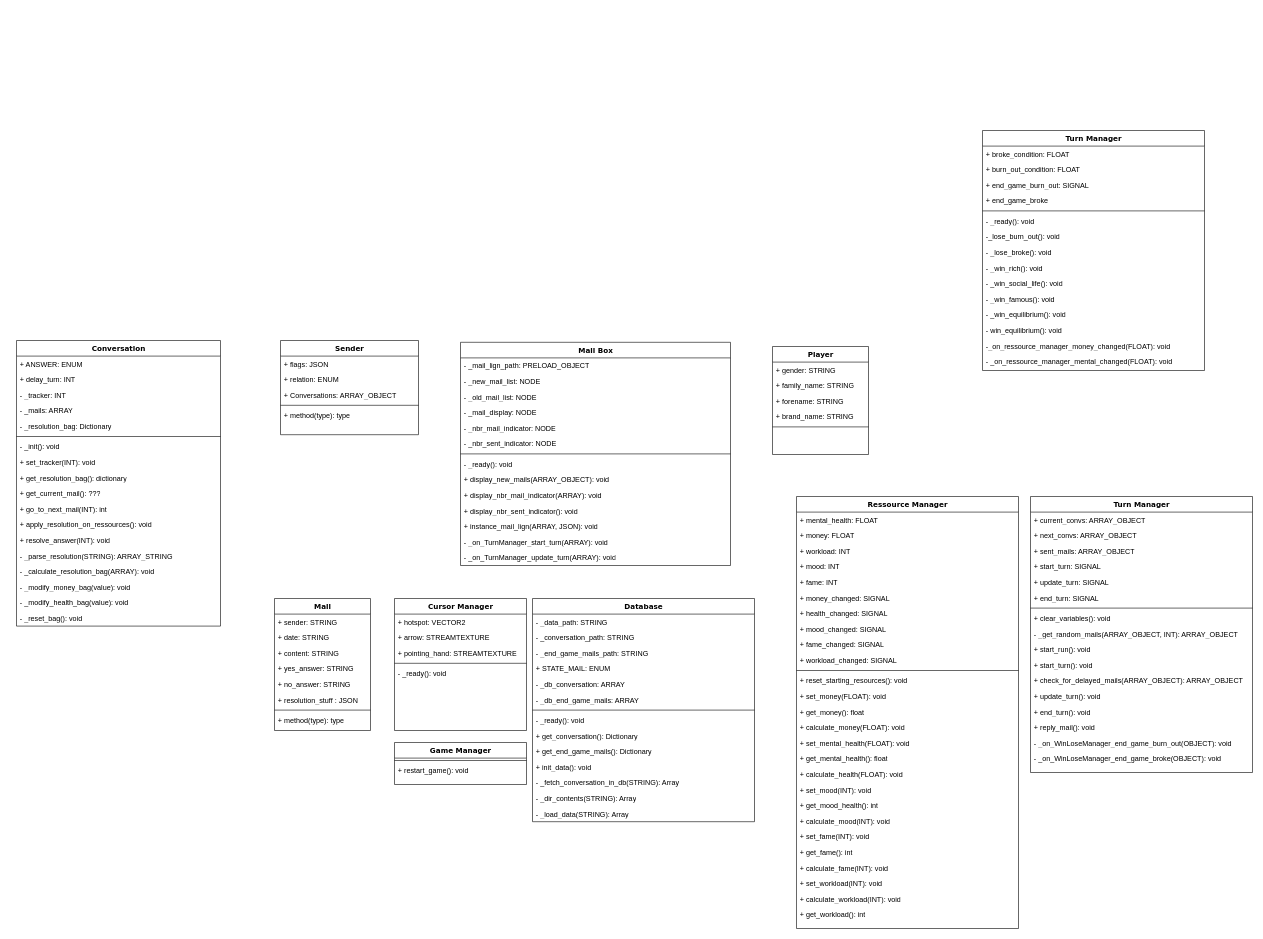
Above: YesMan/Diagramme sans nom.drawio in Daydreel/YesHuman (draw.io), before the change. Source tidied: cells renumbered, new cells numbered last; positions are measured from the earlier drawing's top-left corner, leaving out a move shared by most shapes. Both pictures are drawn from the tidied source at 60%, with x=0, y=0 at pixel (16, 130).
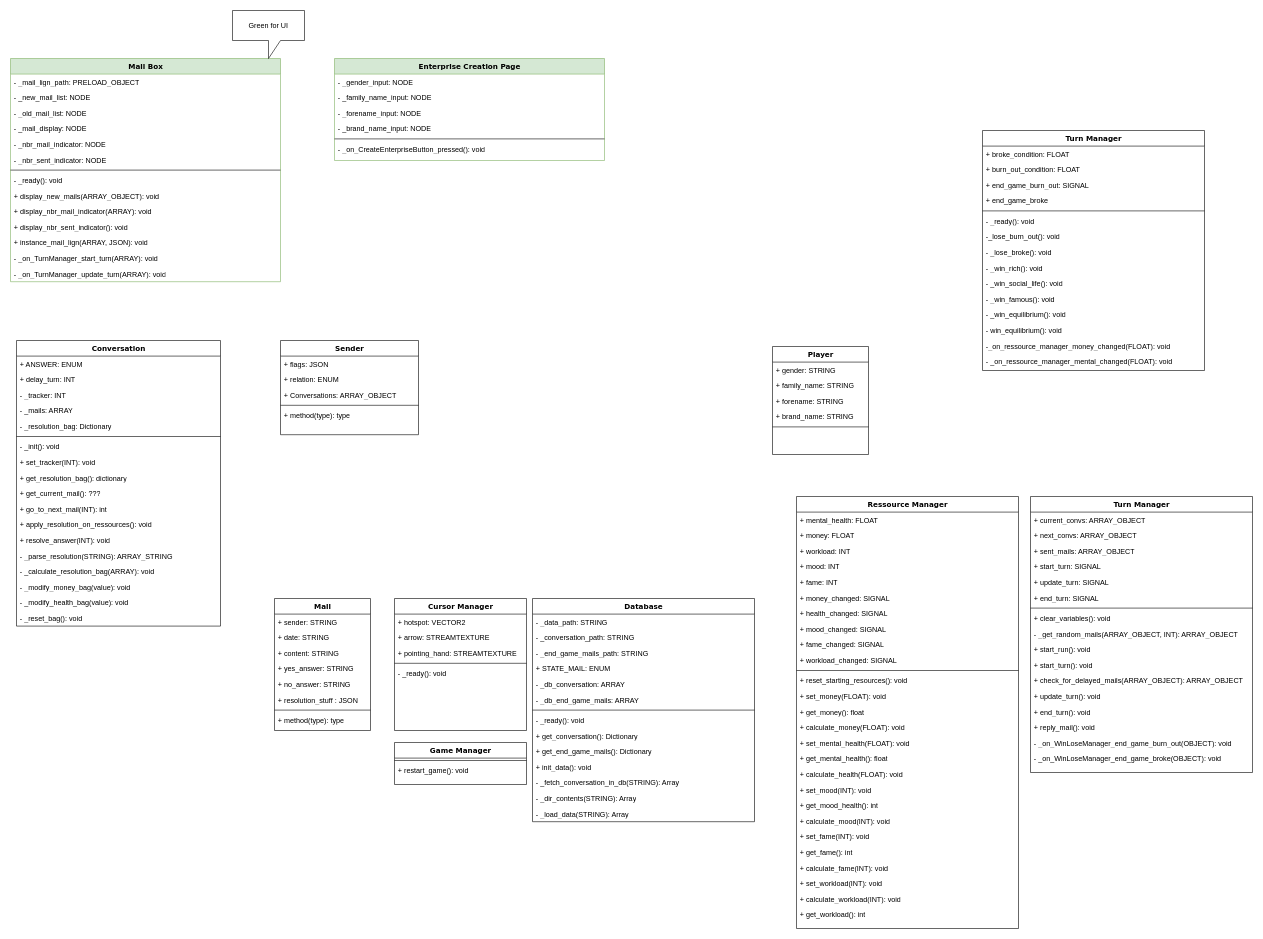
The same page after the edit.

Commit message:
UI elements in UML class diagram

Change to the diagram source:
```diff
@@
-    <mxCell id="8" value="Mail Box" style="swimlane;html=1;fontStyle=1;align=center;verticalAlign=top;horizontal=1;startSize=26;swimlaneFillColor=#ffffff;rounded=0;shadow=0;comic=0;labelBackgroundColor=none;strokeWidth=1;fillColor=none;fontFamily=Verdana;fontSize=12;" parent="1" vertex="1">
-      <mxGeometry x="740" y="353" width="450" height="372" as="geometry" />
+    <mxCell id="8" value="Mail Box" style="swimlane;html=1;fontStyle=1;align=center;verticalAlign=top;horizontal=1;startSize=26;swimlaneFillColor=#ffffff;rounded=0;shadow=0;comic=0;labelBackgroundColor=none;strokeWidth=1;fillColor=#d5e8d4;fontFamily=Verdana;fontSize=12;strokeColor=#82b366;" parent="1" vertex="1">
+      <mxGeometry x="-10" y="-120" width="450" height="372" as="geometry" />
     </mxCell>
@@
+    <mxCell id="143" value="Enterprise Creation Page" style="swimlane;html=1;fontStyle=1;align=center;verticalAlign=top;horizontal=1;startSize=26;swimlaneFillColor=#ffffff;rounded=0;shadow=0;comic=0;labelBackgroundColor=none;strokeWidth=1;fillColor=#d5e8d4;fontFamily=Verdana;fontSize=12;strokeColor=#82b366;" parent="1" vertex="1">
+      <mxGeometry x="530" y="-120" width="450" height="170" as="geometry" />
+    </mxCell>
+    <mxCell id="144" value="- _gender_input: NODE" style="text;html=1;strokeColor=none;fillColor=none;align=left;verticalAlign=top;spacingLeft=4;spacingRight=4;whiteSpace=wrap;overflow=hidden;" parent="143" vertex="1">
+      <mxGeometry y="26" width="450" height="26" as="geometry" />
+    </mxCell>
+    <mxCell id="145" value="- _family_name_input: NODE" style="text;html=1;strokeColor=none;fillColor=none;align=left;verticalAlign=top;spacingLeft=4;spacingRight=4;whiteSpace=wrap;overflow=hidden;" parent="143" vertex="1">
+      <mxGeometry y="52" width="450" height="26" as="geometry" />
+    </mxCell>
+    <mxCell id="146" value="- _forename_input: NODE" style="text;html=1;strokeColor=none;fillColor=none;align=left;verticalAlign=top;spacingLeft=4;spacingRight=4;whiteSpace=wrap;overflow=hidden;" parent="143" vertex="1">
+      <mxGeometry y="78" width="450" height="26" as="geometry" />
+    </mxCell>
+    <mxCell id="147" value="- _brand_name_input: NODE" style="text;html=1;strokeColor=none;fillColor=none;align=left;verticalAlign=top;spacingLeft=4;spacingRight=4;whiteSpace=wrap;overflow=hidden;" parent="143" vertex="1">
+      <mxGeometry y="104" width="450" height="26" as="geometry" />
+    </mxCell>
+    <mxCell id="148" style="line;html=1;strokeWidth=1;fillColor=none;align=left;verticalAlign=middle;spacingTop=-1;spacingLeft=3;spacingRight=3;labelPosition=right;" parent="143" vertex="1">
+      <mxGeometry y="130" width="450" height="8" as="geometry" />
+    </mxCell>
+    <mxCell id="149" value="- _on_CreateEnterpriseButton_pressed(): void" style="text;html=1;strokeColor=none;fillColor=none;align=left;verticalAlign=top;spacingLeft=4;spacingRight=4;whiteSpace=wrap;overflow=hidden;" parent="143" vertex="1">
+      <mxGeometry y="138" width="450" height="26" as="geometry" />
+    </mxCell>
+    <mxCell id="150" value="Green for UI" style="shape=callout;whiteSpace=wrap;html=1;perimeter=calloutPerimeter;" parent="1" vertex="1">
+      <mxGeometry x="360" y="-200" width="120" height="80" as="geometry" />
+    </mxCell>
```
